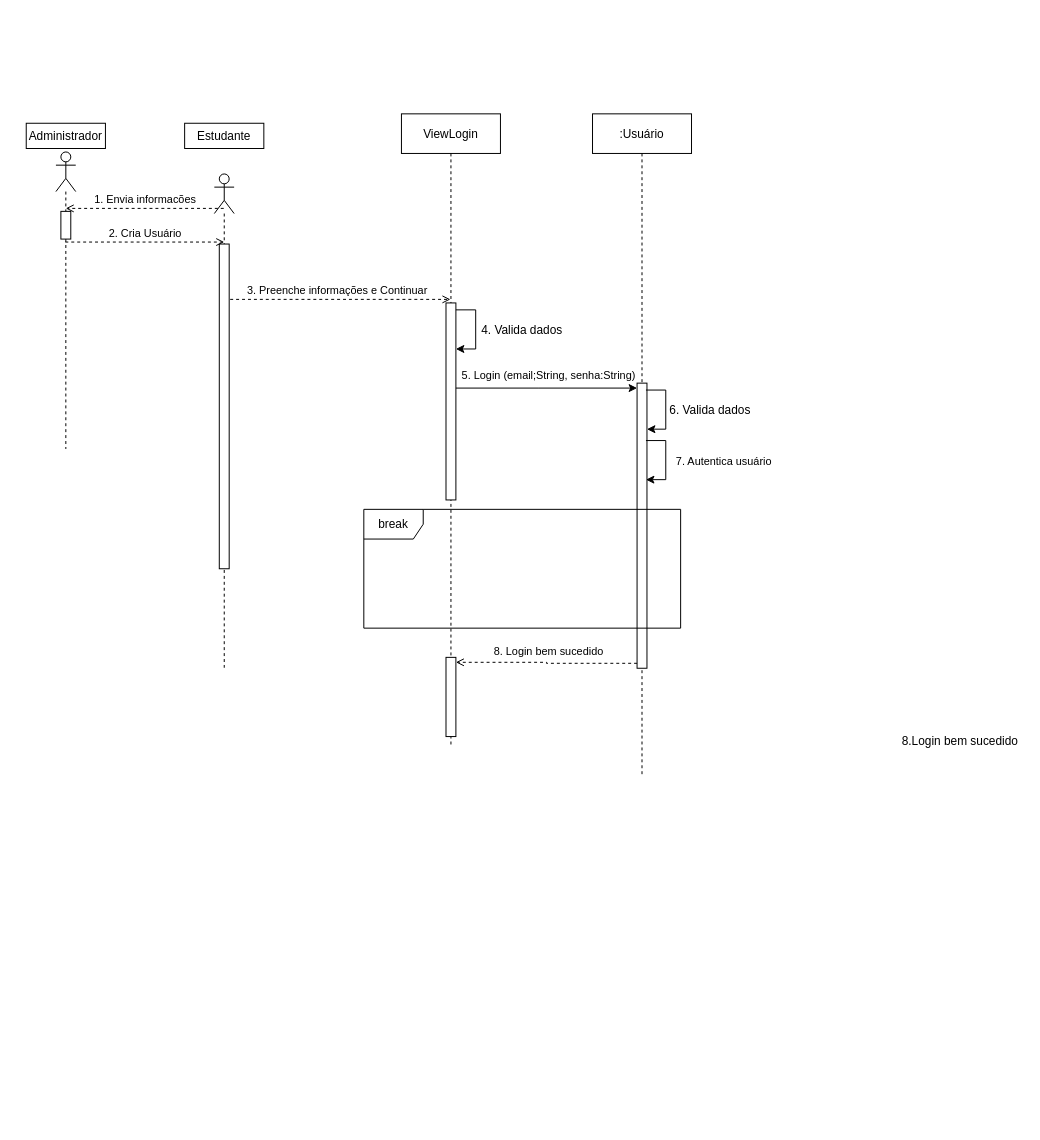
The draw.io diagram DiagramaSequencia.drawio in augustorazani/QENEM-UML-Diagram, before the edit. Source tidied: cells renumbered, new cells numbered last; positions are measured from the earlier drawing's top-left corner, leaving out a move shared by most shapes. Both pictures are drawn from the tidied source at 99%, with x=0, y=0 at pixel (26, 111).
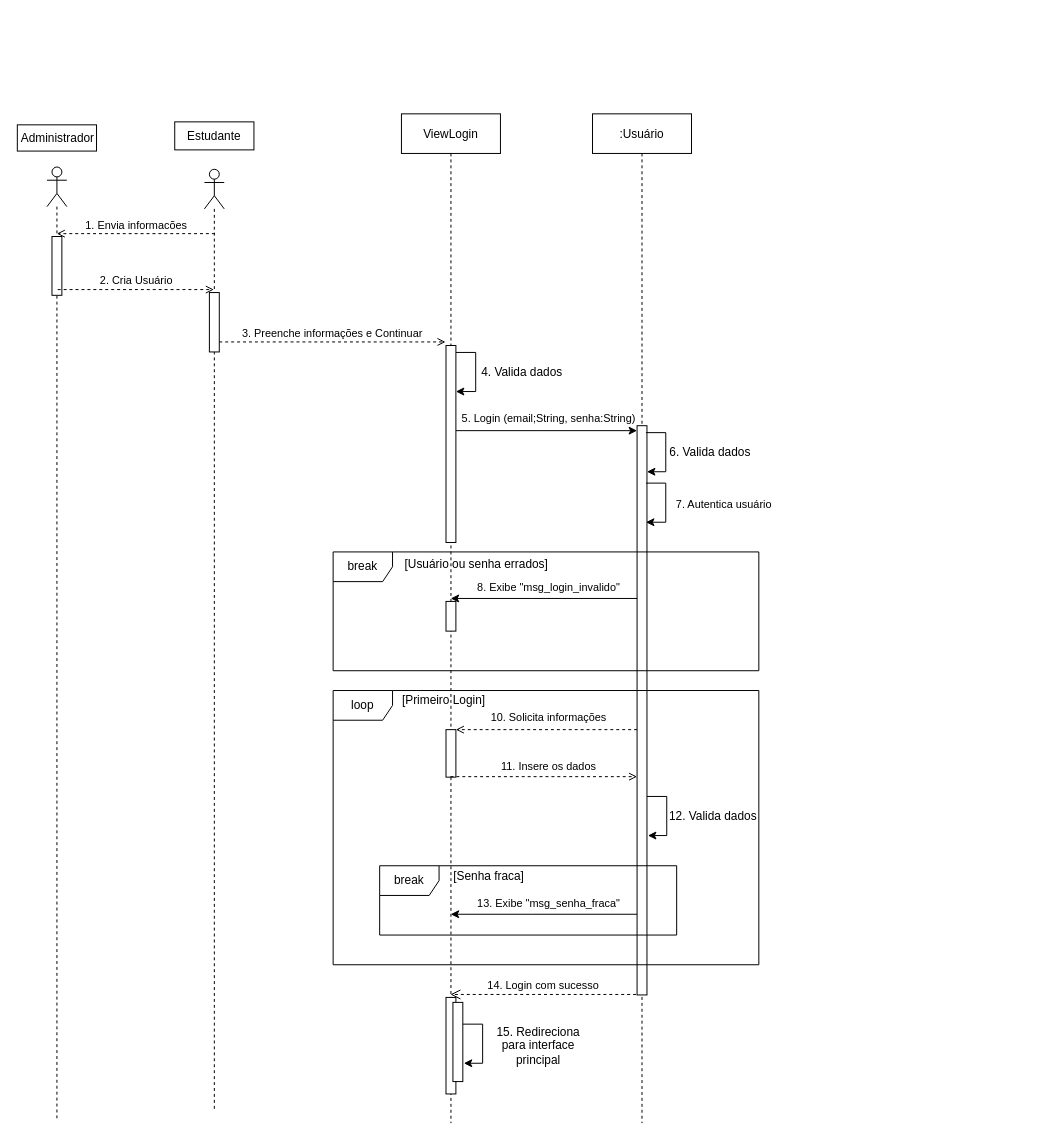
Above is the later version.

Diff of the diagram source:
```diff
@@
-    <mxCell id="2" style="rounded=0;whiteSpace=wrap;html=1;" parent="1" vertex="1">
-      <mxGeometry x="160" y="12" width="80" height="25.5" as="geometry" />
-    </mxCell>
+    <mxCell id="4" style="group;" parent="1" vertex="1">
+      <mxGeometry y="-95" width="80" height="1057" as="geometry" />
+    </mxCell>
-    <mxCell id="3" style="rounded=0;whiteSpace=wrap;html=1;" parent="1" vertex="1">
-      <mxGeometry y="12" width="80" height="25.5" as="geometry" />
+    <mxCell id="3" style="rounded=0;whiteSpace=wrap;html=1;" parent="4" vertex="1">
+      <mxGeometry x="-9" y="108.6" width="80" height="26.5" as="geometry" />
     </mxCell>
-    <mxCell id="4" style="group;" parent="1" vertex="1">
-      <mxGeometry y="11" width="80" height="330" as="geometry" />
-    </mxCell>
     <mxCell id="5" style="shape=umlLifeline;perimeter=lifelinePerimeter;whiteSpace=wrap;html=1;outlineConnect=0;portConstraint=eastwest;newEdgeStyle={&quot;curved&quot;:0,&quot;rounded&quot;:0};participant=umlActor;" parent="4" vertex="1">
-      <mxGeometry x="30" y="30" width="20" height="300" as="geometry" />
+      <mxGeometry x="21" y="151.2" width="20" height="960.9" as="geometry" />
     </mxCell>
+    <mxCell id="7" value="Administrador" style="text;html=1;align=center;verticalAlign=middle;whiteSpace=wrap;rounded=0;" parent="4" vertex="1">
+      <mxGeometry x="-8" y="73.8" width="80" height="96.1" as="geometry" />
+    </mxCell>
-    <mxCell id="6" style="html=1;perimeter=orthogonalPerimeter;targetShapes=umlLifeline;newEdgeStyle={&quot;curved&quot;:0,&quot;rounded&quot;:0};" parent="5" vertex="1">
-      <mxGeometry x="5" y="60" width="10" height="28" as="geometry" />
+    <mxCell id="6" style="html=1;perimeter=orthogonalPerimeter;targetShapes=umlLifeline;newEdgeStyle={&quot;curved&quot;:0,&quot;rounded&quot;:0};" parent="4" vertex="1">
+      <mxGeometry x="26" y="221.4" width="10" height="59.4" as="geometry" />
     </mxCell>
-    <mxCell id="7" value="Administrador" style="text;html=1;align=center;verticalAlign=middle;whiteSpace=wrap;rounded=0;" parent="4" vertex="1">
-      <mxGeometry y="-1" width="80" height="30" as="geometry" />
-    </mxCell>
     <mxCell id="8" style="group;" parent="1" vertex="1">
-      <mxGeometry x="160" y="10" width="80" height="552" as="geometry" />
+      <mxGeometry x="155" y="-77" width="80" height="1052" as="geometry" />
     </mxCell>
-    <mxCell id="9" value="Estudante" style="text;html=1;align=center;verticalAlign=middle;whiteSpace=wrap;rounded=0;" parent="8" vertex="1">
-      <mxGeometry y="-10" width="80" height="49.9" as="geometry" />
-    </mxCell>
     <mxCell id="10" style="shape=umlLifeline;perimeter=lifelinePerimeter;whiteSpace=wrap;html=1;newEdgeStyle={&quot;curved&quot;:0,&quot;rounded&quot;:0};participant=umlActor;" parent="8" vertex="1">
-      <mxGeometry x="30" y="53.2" width="20" height="498.8" as="geometry" />
+      <mxGeometry x="25" y="135.5" width="20" height="950.6" as="geometry" />
     </mxCell>
     <mxCell id="11" value="3. Preenche informações e Continuar" style="html=1;verticalAlign=bottom;endArrow=open;curved=0;rounded=0;dashed=1;endFill=0;" parent="8" edge="1">
       <mxGeometry relative="1" as="geometry">
-        <mxPoint x="40" y="179.9" as="sourcePoint" />
-        <mxPoint x="268.5" y="179.9" as="targetPoint" />
+        <mxPoint x="40" y="309.9" as="sourcePoint" />
+        <mxPoint x="268.5" y="309.9" as="targetPoint" />
       </mxGeometry>
     </mxCell>
-    <mxCell id="12" value="1. Envia informacões" style="html=1;verticalAlign=bottom;endArrow=open;curved=0;rounded=0;dashed=1;endFill=0;" parent="1" edge="1">
+    <mxCell id="12" value="1. Envia informacões" style="html=1;verticalAlign=bottom;endArrow=open;curved=0;rounded=0;dashed=1;endFill=0;" parent="8" edge="1">
       <mxGeometry relative="1" as="geometry">
-        <mxPoint x="199.5" y="98" as="sourcePoint" />
-        <mxPoint x="39.9" y="98" as="targetPoint" />
+        <mxPoint x="35.5" y="200.5" as="sourcePoint" />
+        <mxPoint x="-124.1" y="200.5" as="targetPoint" />
       </mxGeometry>
     </mxCell>
+    <mxCell id="32" style="group;" parent="8" vertex="1">
+      <mxGeometry x="-5" y="66.5" width="80" height="70.5" as="geometry" />
+    </mxCell>
+    <mxCell id="2" style="rounded=0;whiteSpace=wrap;html=1;" parent="32" vertex="1">
+      <mxGeometry y="21.1" width="80" height="28.3" as="geometry" />
+    </mxCell>
+    <mxCell id="9" value="Estudante" style="text;html=1;align=center;verticalAlign=middle;whiteSpace=wrap;rounded=0;" parent="32" vertex="1">
+      <mxGeometry width="80" height="70.5" as="geometry" />
+    </mxCell>
-    <mxCell id="13" style="html=1;perimeter=orthogonalPerimeter;targetShapes=umlLifeline;newEdgeStyle={&quot;curved&quot;:0,&quot;rounded&quot;:0};" parent="1" vertex="1">
-      <mxGeometry x="195" y="134" width="10" height="328" as="geometry" />
+    <mxCell id="13" style="html=1;perimeter=orthogonalPerimeter;targetShapes=umlLifeline;newEdgeStyle={&quot;curved&quot;:0,&quot;rounded&quot;:0};" parent="8" vertex="1">
+      <mxGeometry x="30" y="260" width="10" height="60" as="geometry" />
     </mxCell>
-    <mxCell id="14" value="2. Cria Usuário" style="html=1;verticalAlign=bottom;endArrow=open;curved=0;rounded=0;dashed=1;endFill=0;" parent="1" edge="1" source="5">
-      <mxGeometry relative="1" as="geometry">
-        <mxPoint x="200" y="132" as="targetPoint" />
-      </mxGeometry>
-    </mxCell>
     <mxCell id="15" value="6. Valida dados" style="text;html=1;align=center;verticalAlign=middle;whiteSpace=wrap;rounded=0;" parent="1" vertex="1">
-      <mxGeometry x="648" y="286.5" width="86" height="30" as="geometry" />
+      <mxGeometry x="648" y="329.5" width="86" height="30" as="geometry" />
     </mxCell>
     <mxCell id="16" value=":Usuário" style="shape=umlLifeline;perimeter=lifelinePerimeter;whiteSpace=wrap;html=1;newEdgeStyle={&quot;curved&quot;:0,&quot;rounded&quot;:0};" parent="1" vertex="1">
-      <mxGeometry x="572" y="2.5" width="100" height="669.5" as="geometry" />
+      <mxGeometry x="572" y="2.5" width="100" height="1019.5" as="geometry" />
     </mxCell>
     <mxCell id="17" style="html=1;points=[[0,0,0,0,5],[0,1,0,0,-5],[1,0,0,0,5],[1,1,0,0,-5]];perimeter=orthogonalPerimeter;outlineConnect=0;targetShapes=umlLifeline;portConstraint=eastwest;newEdgeStyle={&quot;curved&quot;:0,&quot;rounded&quot;:0};" parent="16" vertex="1">
-      <mxGeometry x="45" y="272" width="10" height="288" as="geometry" />
+      <mxGeometry x="45" y="315" width="10" height="575" as="geometry" />
     </mxCell>
     <mxCell id="18" style="edgeStyle=orthogonalEdgeStyle;rounded=0;jettySize=auto;html=1;curved=0;" parent="1" edge="1" target="17">
       <mxGeometry relative="1" as="geometry">
-        <mxPoint x="626" y="281.5" as="sourcePoint" />
+        <mxPoint x="626" y="324.5" as="sourcePoint" />
         <Array as="points">
-          <mxPoint x="646" y="282" />
-          <mxPoint x="646" y="321" />
+          <mxPoint x="646" y="325" />
+          <mxPoint x="646" y="364" />
         </Array>
       </mxGeometry>
     </mxCell>
     <mxCell id="19" style="edgeStyle=orthogonalEdgeStyle;rounded=0;orthogonalLoop=1;jettySize=auto;html=1;curved=0;" parent="1" edge="1">
       <mxGeometry relative="1" as="geometry">
-        <mxPoint x="626" y="332.5" as="sourcePoint" />
-        <mxPoint x="626" y="372" as="targetPoint" />
+        <mxPoint x="626" y="375.5" as="sourcePoint" />
+        <mxPoint x="626" y="415" as="targetPoint" />
         <Array as="points">
-          <mxPoint x="646" y="333" />
-          <mxPoint x="646" y="372" />
+          <mxPoint x="646" y="376" />
+          <mxPoint x="646" y="415" />
         </Array>
       </mxGeometry>
     </mxCell>
     <mxCell id="20" value="&lt;span style=&quot;font-size: 11px; text-wrap-mode: nowrap; background-color: rgb(255, 255, 255);&quot;&gt;7. Autentica usuário&lt;/span&gt;" style="text;html=1;align=center;verticalAlign=middle;whiteSpace=wrap;rounded=0;" parent="1" vertex="1">
-      <mxGeometry x="650" y="339" width="110" height="30" as="geometry" />
+      <mxGeometry x="650" y="382" width="110" height="30" as="geometry" />
     </mxCell>
     <mxCell id="21" value="4. Valida dados" style="text;html=1;align=center;verticalAlign=middle;whiteSpace=wrap;rounded=0;" parent="1" vertex="1">
-      <mxGeometry x="458" y="205.5" width="86" height="30" as="geometry" />
+      <mxGeometry x="458" y="248.5" width="86" height="30" as="geometry" />
     </mxCell>
     <mxCell id="22" value="ViewLogin" style="shape=umlLifeline;perimeter=lifelinePerimeter;whiteSpace=wrap;html=1;outlineConnect=0;portConstraint=eastwest;newEdgeStyle={&quot;curved&quot;:0,&quot;rounded&quot;:0};" parent="1" vertex="1">
-      <mxGeometry x="379" y="2.5" width="100" height="639.5" as="geometry" />
+      <mxGeometry x="379" y="2.5" width="100" height="1019.5" as="geometry" />
     </mxCell>
     <mxCell id="23" style="html=1;points=[[0,0,0,0,5],[0,1,0,0,-5],[1,0,0,0,5],[1,1,0,0,-5]];perimeter=orthogonalPerimeter;outlineConnect=0;targetShapes=umlLifeline;portConstraint=eastwest;newEdgeStyle={&quot;curved&quot;:0,&quot;rounded&quot;:0};" parent="22" vertex="1">
-      <mxGeometry x="45" y="191" width="10" height="199" as="geometry" />
+      <mxGeometry x="45" y="234" width="10" height="199" as="geometry" />
     </mxCell>
     <mxCell id="24" style="html=1;points=[[0,0,0,0,5],[0,1,0,0,-5],[1,0,0,0,5],[1,1,0,0,-5]];perimeter=orthogonalPerimeter;outlineConnect=0;targetShapes=umlLifeline;portConstraint=eastwest;newEdgeStyle={&quot;curved&quot;:0,&quot;rounded&quot;:0};" parent="22" vertex="1">
-      <mxGeometry x="45" y="549" width="10" height="80" as="geometry" />
+      <mxGeometry x="45" y="622" width="10" height="48" as="geometry" />
     </mxCell>
+    <mxCell id="33" style="html=1;perimeter=orthogonalPerimeter;targetShapes=umlLifeline;newEdgeStyle={&quot;curved&quot;:0,&quot;rounded&quot;:0};" parent="22" vertex="1">
+      <mxGeometry x="45" y="892.5" width="10" height="97.5" as="geometry" />
+    </mxCell>
+    <mxCell id="34" style="html=1;perimeter=orthogonalPerimeter;targetShapes=umlLifeline;newEdgeStyle={&quot;curved&quot;:0,&quot;rounded&quot;:0};" parent="22" vertex="1">
+      <mxGeometry x="52" y="897.5" width="10" height="80" as="geometry" />
+    </mxCell>
     <mxCell id="25" style="edgeStyle=orthogonalEdgeStyle;rounded=0;jettySize=auto;html=1;curved=0;" parent="1" edge="1" target="23">
       <mxGeometry relative="1" as="geometry">
-        <mxPoint x="434" y="200.5" as="sourcePoint" />
+        <mxPoint x="434" y="243.5" as="sourcePoint" />
         <Array as="points">
-          <mxPoint x="454" y="201" />
-          <mxPoint x="454" y="240" />
+          <mxPoint x="454" y="244" />
+          <mxPoint x="454" y="283" />
         </Array>
       </mxGeometry>
     </mxCell>
     <mxCell id="26" value="&lt;span style=&quot;font-size: 11px; text-wrap-mode: nowrap; background-color: rgb(255, 255, 255);&quot;&gt;5. Login (email;String, senha:String)&lt;/span&gt;" style="text;html=1;align=center;verticalAlign=middle;whiteSpace=wrap;rounded=0;" parent="1" vertex="1">
-      <mxGeometry x="440" y="252" width="176" height="30" as="geometry" />
+      <mxGeometry x="440" y="295" width="176" height="30" as="geometry" />
     </mxCell>
     <mxCell id="27" style="edgeStyle=orthogonalEdgeStyle;rounded=0;jettySize=auto;html=1;curved=0;entryX=0;entryY=0;entryDx=0;entryDy=5;entryPerimeter=0;" parent="1" edge="1" source="23" target="17">
       <mxGeometry relative="1" as="geometry">
         <Array as="points">
-          <mxPoint x="517" y="280" />
+          <mxPoint x="517" y="323" />
         </Array>
       </mxGeometry>
     </mxCell>
-    <mxCell id="28" value="8.Login bem sucedido" style="text;html=1;align=center;verticalAlign=middle;whiteSpace=wrap;rounded=0;" parent="1" vertex="1">
-      <mxGeometry x="880" y="622" width="127" height="30" as="geometry" />
-    </mxCell>
-    <mxCell id="29" value="&lt;span style=&quot;font-size: 11px; text-wrap-mode: nowrap; background-color: rgb(255, 255, 255);&quot;&gt;8. Login bem sucedido&lt;/span&gt;" style="text;html=1;align=center;verticalAlign=middle;whiteSpace=wrap;rounded=0;" parent="1" vertex="1">
-      <mxGeometry x="473" y="536" width="110" height="20" as="geometry" />
+    <mxCell id="29" value="&lt;span style=&quot;font-size: 11px; text-wrap-mode: nowrap; background-color: rgb(255, 255, 255);&quot;&gt;10. Solicita informações&lt;/span&gt;" style="text;html=1;align=center;verticalAlign=middle;whiteSpace=wrap;rounded=0;" parent="1" vertex="1">
+      <mxGeometry x="473" y="602" width="110" height="20" as="geometry" />
     </mxCell>
     <mxCell id="30" value="break" style="shape=umlFrame;whiteSpace=wrap;html=1;" parent="1" vertex="1">
-      <mxGeometry x="341" y="402" width="320" height="120" as="geometry" />
+      <mxGeometry x="310" y="445" width="430" height="120" as="geometry" />
     </mxCell>
+    <mxCell id="35" style="edgeStyle=orthogonalEdgeStyle;rounded=0;orthogonalLoop=1;jettySize=auto;html=1;curved=0;" parent="1" edge="1">
+      <mxGeometry relative="1" as="geometry">
+        <mxPoint x="617" y="492" as="sourcePoint" />
+        <mxPoint x="428.8" y="492" as="targetPoint" />
+        <Array as="points">
+          <mxPoint x="510" y="492" />
+          <mxPoint x="510" y="492" />
+        </Array>
+      </mxGeometry>
+    </mxCell>
+    <mxCell id="36" style="html=1;perimeter=orthogonalPerimeter;targetShapes=umlLifeline;newEdgeStyle={&quot;curved&quot;:0,&quot;rounded&quot;:0};" parent="1" vertex="1">
+      <mxGeometry x="424" y="495" width="10" height="30" as="geometry" />
+    </mxCell>
+    <mxCell id="37" value="&lt;span style=&quot;font-size: 11px; text-wrap-mode: nowrap; background-color: rgb(255, 255, 255);&quot;&gt;8. Exibe &quot;msg_login_invalido&quot;&lt;/span&gt;" style="text;html=1;align=center;verticalAlign=middle;whiteSpace=wrap;rounded=0;" parent="1" vertex="1">
+      <mxGeometry x="440" y="466" width="176" height="30" as="geometry" />
+    </mxCell>
+    <mxCell id="38" value="[Usuário ou senha errados]" style="text;html=1;align=center;verticalAlign=middle;whiteSpace=wrap;rounded=0;" parent="1" vertex="1">
+      <mxGeometry x="375" y="443" width="160" height="30" as="geometry" />
+    </mxCell>
+    <mxCell id="39" value="loop" style="shape=umlFrame;whiteSpace=wrap;html=1;" parent="1" vertex="1">
+      <mxGeometry x="310" y="585" width="430" height="277" as="geometry" />
+    </mxCell>
+    <mxCell id="40" value="[Primeiro Login]" style="text;html=1;align=center;verticalAlign=middle;whiteSpace=wrap;rounded=0;" parent="1" vertex="1">
+      <mxGeometry x="342" y="580" width="160" height="30" as="geometry" />
+    </mxCell>
-    <mxCell id="31" style="edgeStyle=orthogonalEdgeStyle;rounded=0;jettySize=auto;html=1;curved=0;exitX=0;exitY=1;exitDx=0;exitDy=-5;exitPerimeter=0;entryX=1;entryY=0;entryDx=0;entryDy=5;entryPerimeter=0;dashed=1;endArrow=open;endFill=0;" parent="1" edge="1" source="17" target="24">
+    <mxCell id="31" style="endArrow=open;html=1;rounded=0;dashed=1;endFill=0;" parent="1" edge="1" source="17" target="24">
       <mxGeometry relative="1" as="geometry" />
     </mxCell>
+    <mxCell id="41" style="endArrow=open;html=1;rounded=0;dashed=1;endFill=0;" parent="1" edge="1" source="22" target="17">
+      <mxGeometry relative="1" as="geometry">
+        <Array as="points">
+          <mxPoint x="530" y="672" />
+        </Array>
+      </mxGeometry>
+    </mxCell>
+    <mxCell id="42" value="&lt;span style=&quot;font-size: 11px; text-wrap-mode: nowrap; background-color: rgb(255, 255, 255);&quot;&gt;11. Insere os dados&lt;/span&gt;" style="text;html=1;align=center;verticalAlign=middle;whiteSpace=wrap;rounded=0;" parent="1" vertex="1">
+      <mxGeometry x="473" y="652" width="110" height="20" as="geometry" />
+    </mxCell>
+    <mxCell id="43" value="12. Valida dados" style="text;html=1;align=center;verticalAlign=middle;whiteSpace=wrap;rounded=0;" parent="1" vertex="1">
+      <mxGeometry x="648" y="697" width="92" height="30" as="geometry" />
+    </mxCell>
+    <mxCell id="44" style="edgeStyle=orthogonalEdgeStyle;rounded=0;orthogonalLoop=1;jettySize=auto;html=1;curved=0;" parent="1" edge="1">
+      <mxGeometry relative="1" as="geometry">
+        <mxPoint x="627" y="692" as="sourcePoint" />
+        <mxPoint x="628" y="731.5" as="targetPoint" />
+        <Array as="points">
+          <mxPoint x="647" y="692.5" />
+          <mxPoint x="647" y="731.5" />
+        </Array>
+      </mxGeometry>
+    </mxCell>
+    <mxCell id="45" value="break" style="shape=umlFrame;whiteSpace=wrap;html=1;" parent="1" vertex="1">
+      <mxGeometry x="357" y="762" width="300" height="70" as="geometry" />
+    </mxCell>
+    <mxCell id="46" style="edgeStyle=orthogonalEdgeStyle;rounded=0;orthogonalLoop=1;jettySize=auto;html=1;curved=0;" parent="1" edge="1">
+      <mxGeometry relative="1" as="geometry">
+        <mxPoint x="617" y="811" as="sourcePoint" />
+        <mxPoint x="428.8" y="811" as="targetPoint" />
+        <Array as="points">
+          <mxPoint x="510" y="811" />
+          <mxPoint x="510" y="811" />
+        </Array>
+      </mxGeometry>
+    </mxCell>
+    <mxCell id="47" value="&lt;span style=&quot;font-size: 11px; text-wrap-mode: nowrap; background-color: rgb(255, 255, 255);&quot;&gt;13. Exibe &quot;msg_senha_fraca&quot;&lt;/span&gt;" style="text;html=1;align=center;verticalAlign=middle;whiteSpace=wrap;rounded=0;" parent="1" vertex="1">
+      <mxGeometry x="440" y="785" width="176" height="30" as="geometry" />
+    </mxCell>
+    <mxCell id="48" value="[Senha fraca]" style="text;html=1;align=center;verticalAlign=middle;whiteSpace=wrap;rounded=0;" parent="1" vertex="1">
+      <mxGeometry x="425" y="758" width="85" height="30" as="geometry" />
+    </mxCell>
+    <mxCell id="14" value="2. Cria Usuário" style="html=1;verticalAlign=bottom;endArrow=open;curved=0;rounded=0;dashed=1;endFill=0;" parent="1" edge="1">
+      <mxGeometry relative="1" as="geometry">
+        <mxPoint x="31.8" y="180" as="sourcePoint" />
+        <mxPoint x="189.5" y="180" as="targetPoint" />
+      </mxGeometry>
+    </mxCell>
+    <mxCell id="49" value="14. Login com sucesso" style="html=1;verticalAlign=bottom;endArrow=open;dashed=1;endSize=8;curved=0;rounded=0;" parent="1" edge="1" target="22">
+      <mxGeometry relative="1" as="geometry">
+        <mxPoint x="616" y="892" as="sourcePoint" />
+      </mxGeometry>
+    </mxCell>
+    <mxCell id="50" value="15. Redireciona para interface principal" style="text;html=1;align=center;verticalAlign=middle;whiteSpace=wrap;rounded=0;" parent="1" vertex="1">
+      <mxGeometry x="463" y="921" width="109" height="45" as="geometry" />
+    </mxCell>
+    <mxCell id="51" style="edgeStyle=orthogonalEdgeStyle;rounded=0;orthogonalLoop=1;jettySize=auto;html=1;curved=0;" parent="1" edge="1">
+      <mxGeometry relative="1" as="geometry">
+        <mxPoint x="441" y="922" as="sourcePoint" />
+        <mxPoint x="442" y="961.5" as="targetPoint" />
+        <Array as="points">
+          <mxPoint x="461" y="922.5" />
+          <mxPoint x="461" y="961.5" />
+        </Array>
+      </mxGeometry>
+    </mxCell>
```
